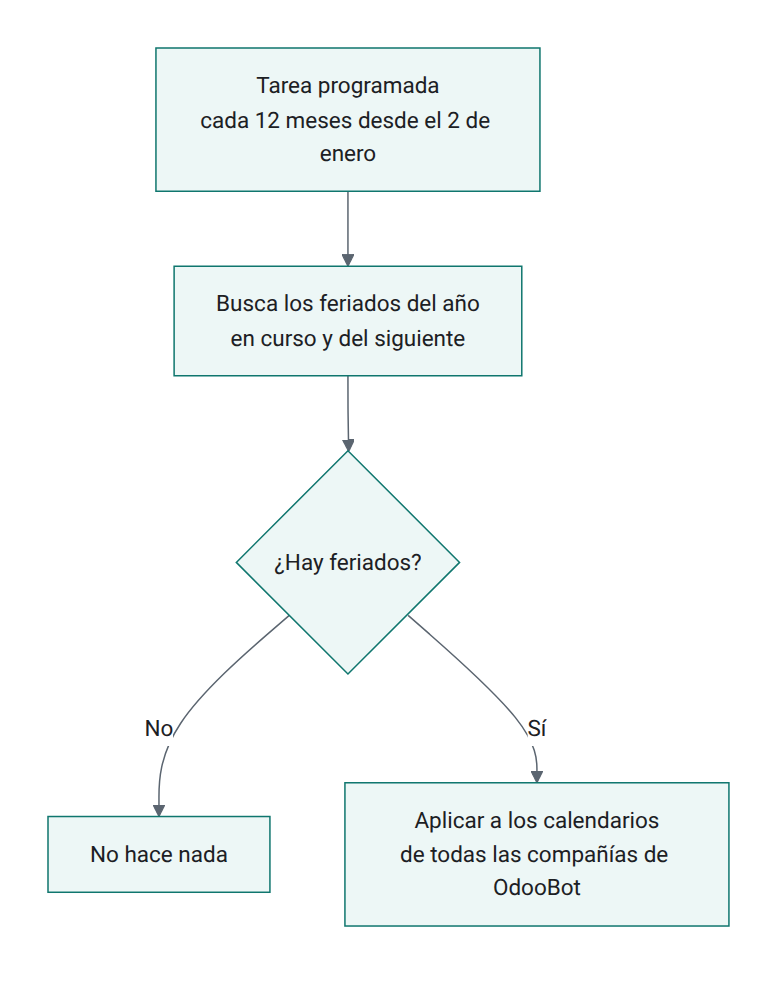
The Mermaid diagram OL-PAYROLL/al_hr_pe_public_holidays/static/description/diagramas/anual.png in olanoit/ol_new_apps, before a commit. Its source is kept beside it as OL-PAYROLL/al_hr_pe_public_holidays/static/description/diagramas/anual.mmd.
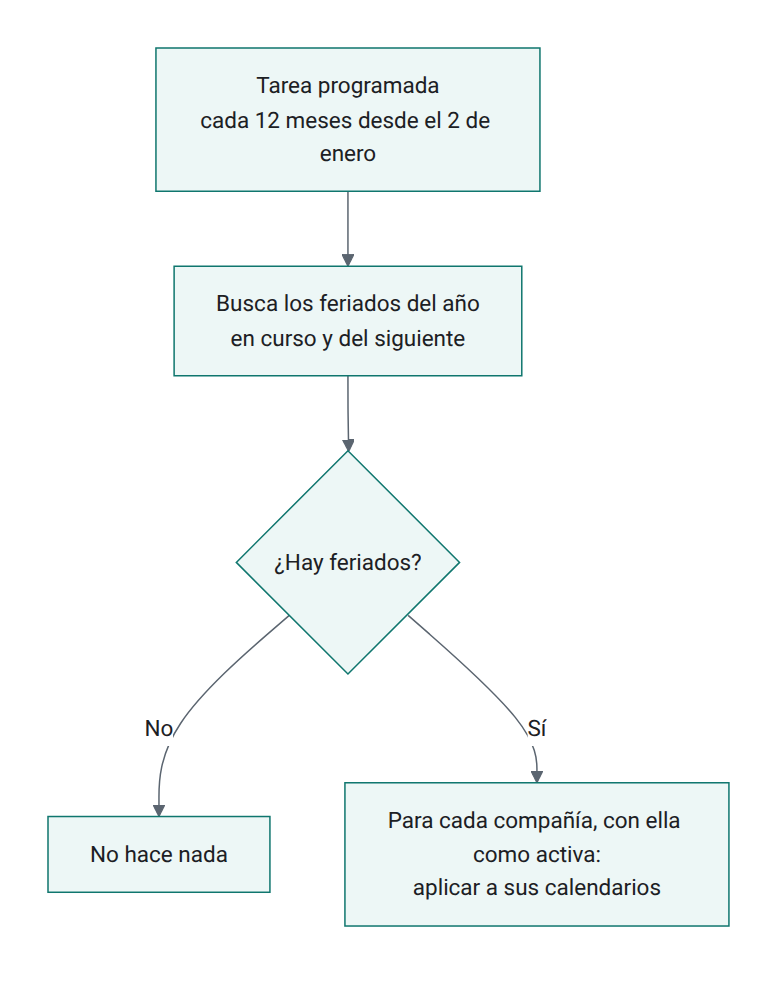
The same diagram one commit later.

The edit, as a diff of the source:
```diff
@@ -2,4 +2,4 @@
   A[Tarea programada<br/>cada 12 meses desde el 2 de enero] --> B[Busca los feriados del año<br/>en curso y del siguiente]
   B --> C{¿Hay feriados?}
   C -- No --> D[No hace nada]
-  C -- Sí --> E[Aplicar a los calendarios<br/>de todas las compañías de OdooBot]
+  C -- Sí --> E[Para cada compañía, con ella como activa:<br/>aplicar a sus calendarios]
```
